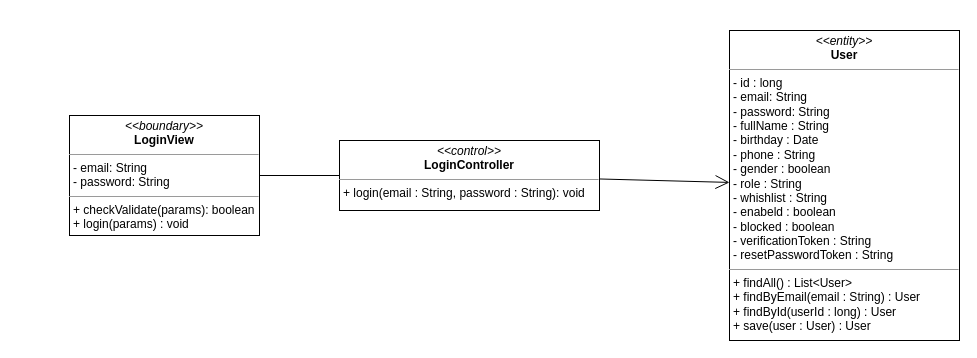
Before: class diagram/login-class-diagram.drawio in nguyenphamvan/datn_20202, a draw.io diagram. Source tidied: cells renumbered, new cells numbered last; positions are measured from the earlier drawing's top-left corner, leaving out a move shared by most shapes. Both pictures are drawn from the tidied source at 100%, with x=0, y=0 at pixel (69, 30).
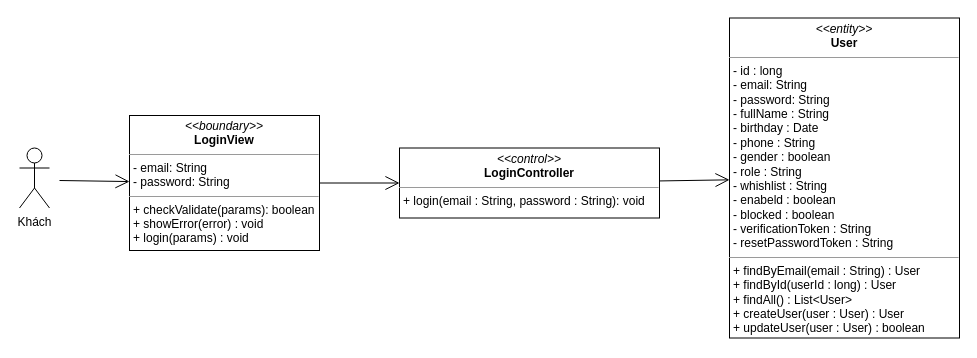
The same diagram, later.

Change to the diagram source:
```diff
@@
 <mxGraphModel>
   <root>
     <mxCell id="0" />
     <mxCell id="1" parent="0" />
-    <mxCell id="2" value="&lt;p style=&quot;margin: 0px ; margin-top: 4px ; text-align: center&quot;&gt;&lt;i&gt;&amp;lt;&amp;lt;boundary&amp;gt;&amp;gt;&lt;/i&gt;&lt;br&gt;&lt;b&gt;LoginView&lt;/b&gt;&lt;/p&gt;&lt;hr size=&quot;1&quot;&gt;&lt;p style=&quot;margin: 0px ; margin-left: 4px&quot;&gt;- email: String&lt;br&gt;- password: String&lt;/p&gt;&lt;hr size=&quot;1&quot;&gt;&lt;p style=&quot;margin: 0px ; margin-left: 4px&quot;&gt;+ checkValidate(params): boolean&lt;/p&gt;&lt;p style=&quot;margin: 0px ; margin-left: 4px&quot;&gt;+ login(params) : void&lt;/p&gt;" style="verticalAlign=top;align=left;overflow=fill;fontSize=12;fontFamily=Helvetica;html=1;" parent="1" vertex="1">
-      <mxGeometry y="85" width="190" height="120" as="geometry" />
+    <mxCell id="2" value="&lt;p style=&quot;margin: 0px ; margin-top: 4px ; text-align: center&quot;&gt;&lt;i&gt;&amp;lt;&amp;lt;boundary&amp;gt;&amp;gt;&lt;/i&gt;&lt;br&gt;&lt;b&gt;LoginView&lt;/b&gt;&lt;/p&gt;&lt;hr size=&quot;1&quot;&gt;&lt;p style=&quot;margin: 0px ; margin-left: 4px&quot;&gt;- email: String&lt;br&gt;- password: String&lt;/p&gt;&lt;hr size=&quot;1&quot;&gt;&lt;p style=&quot;margin: 0px ; margin-left: 4px&quot;&gt;+ checkValidate(params): boolean&lt;/p&gt;&lt;p style=&quot;margin: 0px ; margin-left: 4px&quot;&gt;+ showError(error) : void&lt;/p&gt;&lt;p style=&quot;margin: 0px ; margin-left: 4px&quot;&gt;+ login(params) : void&lt;/p&gt;" style="verticalAlign=top;align=left;overflow=fill;fontSize=12;fontFamily=Helvetica;html=1;" parent="1" vertex="1">
+      <mxGeometry x="60" y="85" width="190" height="135" as="geometry" />
     </mxCell>
-    <mxCell id="3" style="endArrow=none;html=1;edgeStyle=orthogonalEdgeStyle;exitX=1;exitY=0.5;exitDx=0;exitDy=0;" parent="1" edge="1" source="2" target="5">
-      <mxGeometry relative="1" as="geometry" />
-    </mxCell>
-    <mxCell id="4" value="&lt;p style=&quot;margin: 0px ; margin-top: 4px ; text-align: center&quot;&gt;&lt;i&gt;&amp;lt;&amp;lt;entity&amp;gt;&amp;gt;&lt;/i&gt;&lt;br&gt;&lt;b&gt;User&lt;/b&gt;&lt;/p&gt;&lt;hr size=&quot;1&quot;&gt;&lt;p style=&quot;margin: 0px ; margin-left: 4px&quot;&gt;- id : long&lt;/p&gt;&lt;p style=&quot;margin: 0px ; margin-left: 4px&quot;&gt;- email: String&lt;br&gt;- password: String&lt;/p&gt;&lt;p style=&quot;margin: 0px ; margin-left: 4px&quot;&gt;- fullName : String&lt;/p&gt;&lt;p style=&quot;margin: 0px ; margin-left: 4px&quot;&gt;- birthday : Date&lt;/p&gt;&lt;p style=&quot;margin: 0px ; margin-left: 4px&quot;&gt;- phone : String&lt;/p&gt;&lt;p style=&quot;margin: 0px ; margin-left: 4px&quot;&gt;- gender : boolean&lt;/p&gt;&lt;p style=&quot;margin: 0px ; margin-left: 4px&quot;&gt;- role : String&lt;/p&gt;&lt;p style=&quot;margin: 0px ; margin-left: 4px&quot;&gt;- whishlist : String&lt;/p&gt;&lt;p style=&quot;margin: 0px ; margin-left: 4px&quot;&gt;- enabeld : boolean&lt;/p&gt;&lt;p style=&quot;margin: 0px ; margin-left: 4px&quot;&gt;- blocked : boolean&lt;/p&gt;&lt;p style=&quot;margin: 0px ; margin-left: 4px&quot;&gt;- verificationToken : String&lt;/p&gt;&lt;p style=&quot;margin: 0px ; margin-left: 4px&quot;&gt;- resetPasswordToken : String&lt;/p&gt;&lt;hr size=&quot;1&quot;&gt;&lt;p style=&quot;margin: 0px ; margin-left: 4px&quot;&gt;+ findAll() : List&amp;lt;User&amp;gt;&lt;br&gt;&lt;/p&gt;&lt;p style=&quot;margin: 0px ; margin-left: 4px&quot;&gt;+ findByEmail(email : String) : User&lt;/p&gt;&lt;p style=&quot;margin: 0px 0px 0px 4px&quot;&gt;+ findById(userId : long) : User&lt;/p&gt;&lt;p style=&quot;margin: 0px 0px 0px 4px&quot;&gt;+ save(user : User) : User&lt;/p&gt;" style="verticalAlign=top;align=left;overflow=fill;fontSize=12;fontFamily=Helvetica;html=1;" parent="1" vertex="1">
-      <mxGeometry x="660" width="230" height="310" as="geometry" />
+    <mxCell id="4" value="&lt;p style=&quot;margin: 0px ; margin-top: 4px ; text-align: center&quot;&gt;&lt;i&gt;&amp;lt;&amp;lt;entity&amp;gt;&amp;gt;&lt;/i&gt;&lt;br&gt;&lt;b&gt;User&lt;/b&gt;&lt;/p&gt;&lt;hr size=&quot;1&quot;&gt;&lt;p style=&quot;margin: 0px ; margin-left: 4px&quot;&gt;- id : long&lt;/p&gt;&lt;p style=&quot;margin: 0px ; margin-left: 4px&quot;&gt;- email: String&lt;br&gt;- password: String&lt;/p&gt;&lt;p style=&quot;margin: 0px ; margin-left: 4px&quot;&gt;- fullName : String&lt;/p&gt;&lt;p style=&quot;margin: 0px ; margin-left: 4px&quot;&gt;- birthday : Date&lt;/p&gt;&lt;p style=&quot;margin: 0px ; margin-left: 4px&quot;&gt;- phone : String&lt;/p&gt;&lt;p style=&quot;margin: 0px ; margin-left: 4px&quot;&gt;- gender : boolean&lt;/p&gt;&lt;p style=&quot;margin: 0px ; margin-left: 4px&quot;&gt;- role : String&lt;/p&gt;&lt;p style=&quot;margin: 0px ; margin-left: 4px&quot;&gt;- whishlist : String&lt;/p&gt;&lt;p style=&quot;margin: 0px ; margin-left: 4px&quot;&gt;- enabeld : boolean&lt;/p&gt;&lt;p style=&quot;margin: 0px ; margin-left: 4px&quot;&gt;- blocked : boolean&lt;/p&gt;&lt;p style=&quot;margin: 0px ; margin-left: 4px&quot;&gt;- verificationToken : String&lt;/p&gt;&lt;p style=&quot;margin: 0px ; margin-left: 4px&quot;&gt;- resetPasswordToken : String&lt;/p&gt;&lt;hr size=&quot;1&quot;&gt;&lt;p style=&quot;margin: 0px 0px 0px 4px&quot;&gt;+ findByEmail(email : String) : User&amp;nbsp;&lt;/p&gt;&lt;p style=&quot;margin: 0px 0px 0px 4px&quot;&gt;+ findById(userId : long) : User&lt;/p&gt;&lt;p style=&quot;margin: 0px 0px 0px 4px&quot;&gt;+ findAll() : List&amp;lt;User&amp;gt;&lt;/p&gt;&lt;p style=&quot;margin: 0px 0px 0px 4px&quot;&gt;+ createUser(user : User) : User&lt;/p&gt;&lt;p style=&quot;margin: 0px 0px 0px 4px&quot;&gt;+ updateUser(user : User) : boolean&lt;/p&gt;" style="verticalAlign=top;align=left;overflow=fill;fontSize=12;fontFamily=Helvetica;html=1;" parent="1" vertex="1">
+      <mxGeometry x="660" y="-12.5" width="230" height="320" as="geometry" />
     </mxCell>
     <mxCell id="5" value="&lt;p style=&quot;margin: 0px ; margin-top: 4px ; text-align: center&quot;&gt;&lt;i&gt;&amp;lt;&amp;lt;control&amp;gt;&amp;gt;&lt;/i&gt;&lt;br&gt;&lt;b&gt;LoginController&lt;/b&gt;&lt;/p&gt;&lt;hr size=&quot;1&quot;&gt;&lt;p style=&quot;margin: 0px ; margin-left: 4px&quot;&gt;+ login(email : String, password : String): void&lt;br&gt;&lt;/p&gt;" style="verticalAlign=top;align=left;overflow=fill;fontSize=12;fontFamily=Helvetica;html=1;" parent="1" vertex="1">
-      <mxGeometry x="270" y="110" width="260" height="70" as="geometry" />
+      <mxGeometry x="330" y="117.5" width="260" height="70" as="geometry" />
     </mxCell>
     <mxCell id="6" style="endArrow=open;endFill=1;endSize=12;html=1;" parent="1" edge="1" source="5" target="4">
       <mxGeometry relative="1" as="geometry" />
     </mxCell>
+    <mxCell id="3" style="endArrow=open;endFill=1;endSize=12;html=1;entryX=0;entryY=0.5;entryDx=0;entryDy=0;" parent="1" edge="1" source="2" target="5">
+      <mxGeometry relative="1" as="geometry" />
+    </mxCell>
+    <mxCell id="7" value="Khách" style="shape=umlActor;verticalLabelPosition=bottom;verticalAlign=top;html=1;" parent="1" vertex="1">
+      <mxGeometry x="-50" y="117.5" width="30" height="60" as="geometry" />
+    </mxCell>
+    <mxCell id="8" style="endArrow=open;endFill=1;endSize=12;html=1;" parent="1" edge="1" target="2">
+      <mxGeometry relative="1" as="geometry">
+        <mxPoint x="-10" y="150" as="sourcePoint" />
+      </mxGeometry>
+    </mxCell>
   </root>
 </mxGraphModel>
```
